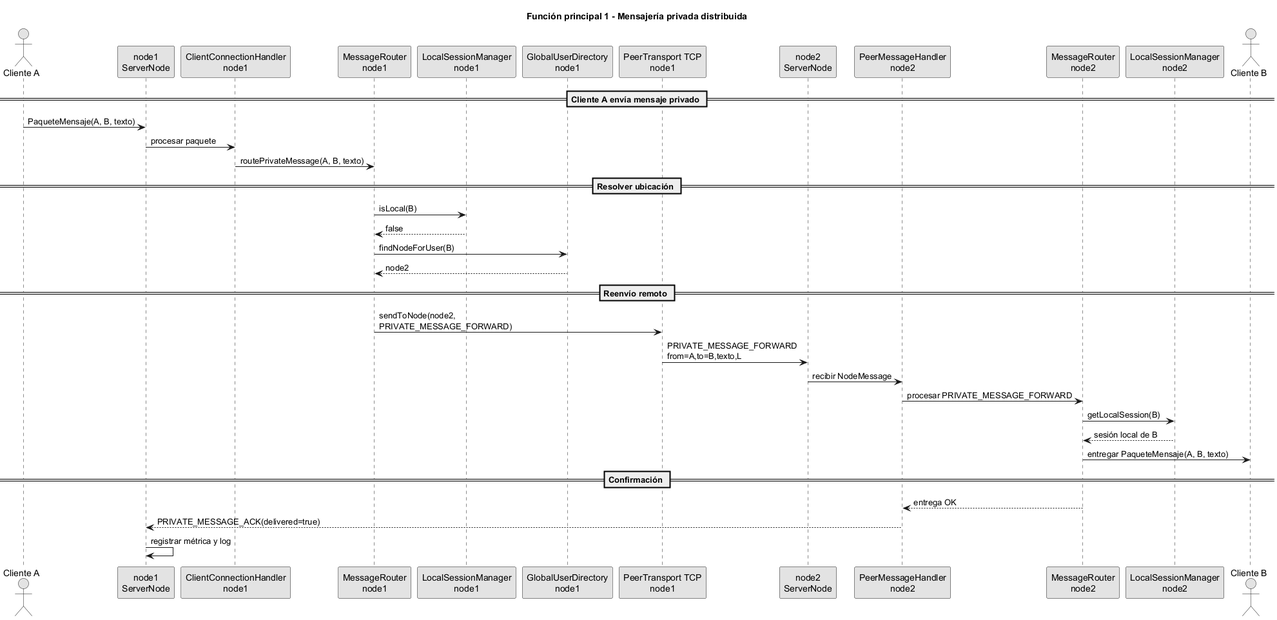
Above: docs/diagrams-entrega-2/seq-mensaje-privado-distribuido.png in Yan-Misael/Aplicacion-WhatsApp (PlantUML), before the change. The source it was exported from:
```plantuml
@startuml
title Función principal 1 - Mensajería privada distribuida

skinparam monochrome true
skinparam shadowing false

actor "Cliente A" as A
participant "node1\nServerNode" as N1
participant "ClientConnectionHandler\nnode1" as CCH1
participant "MessageRouter\nnode1" as MR1
participant "LocalSessionManager\nnode1" as LSM1
participant "GlobalUserDirectory\nnode1" as GUD1
participant "PeerTransport TCP\nnode1" as PT1

participant "node2\nServerNode" as N2
participant "PeerMessageHandler\nnode2" as PMH2
participant "MessageRouter\nnode2" as MR2
participant "LocalSessionManager\nnode2" as LSM2
actor "Cliente B" as B

== Cliente A envía mensaje privado ==

A -> N1 : PaqueteMensaje(A, B, texto)
N1 -> CCH1 : procesar paquete
CCH1 -> MR1 : routePrivateMessage(A, B, texto)

== Resolver ubicación ==

MR1 -> LSM1 : isLocal(B)
LSM1 --> MR1 : false

MR1 -> GUD1 : findNodeForUser(B)
GUD1 --> MR1 : node2

== Reenvío remoto ==

MR1 -> PT1 : sendToNode(node2,\nPRIVATE_MESSAGE_FORWARD)
PT1 -> N2 : PRIVATE_MESSAGE_FORWARD\nfrom=A,to=B,texto,L

N2 -> PMH2 : recibir NodeMessage
PMH2 -> MR2 : procesar PRIVATE_MESSAGE_FORWARD
MR2 -> LSM2 : getLocalSession(B)
LSM2 --> MR2 : sesión local de B

MR2 -> B : entregar PaqueteMensaje(A, B, texto)

== Confirmación ==

MR2 --> PMH2 : entrega OK
PMH2 --> N1 : PRIVATE_MESSAGE_ACK(delivered=true)
N1 -> N1 : registrar métrica y log

@enduml
```
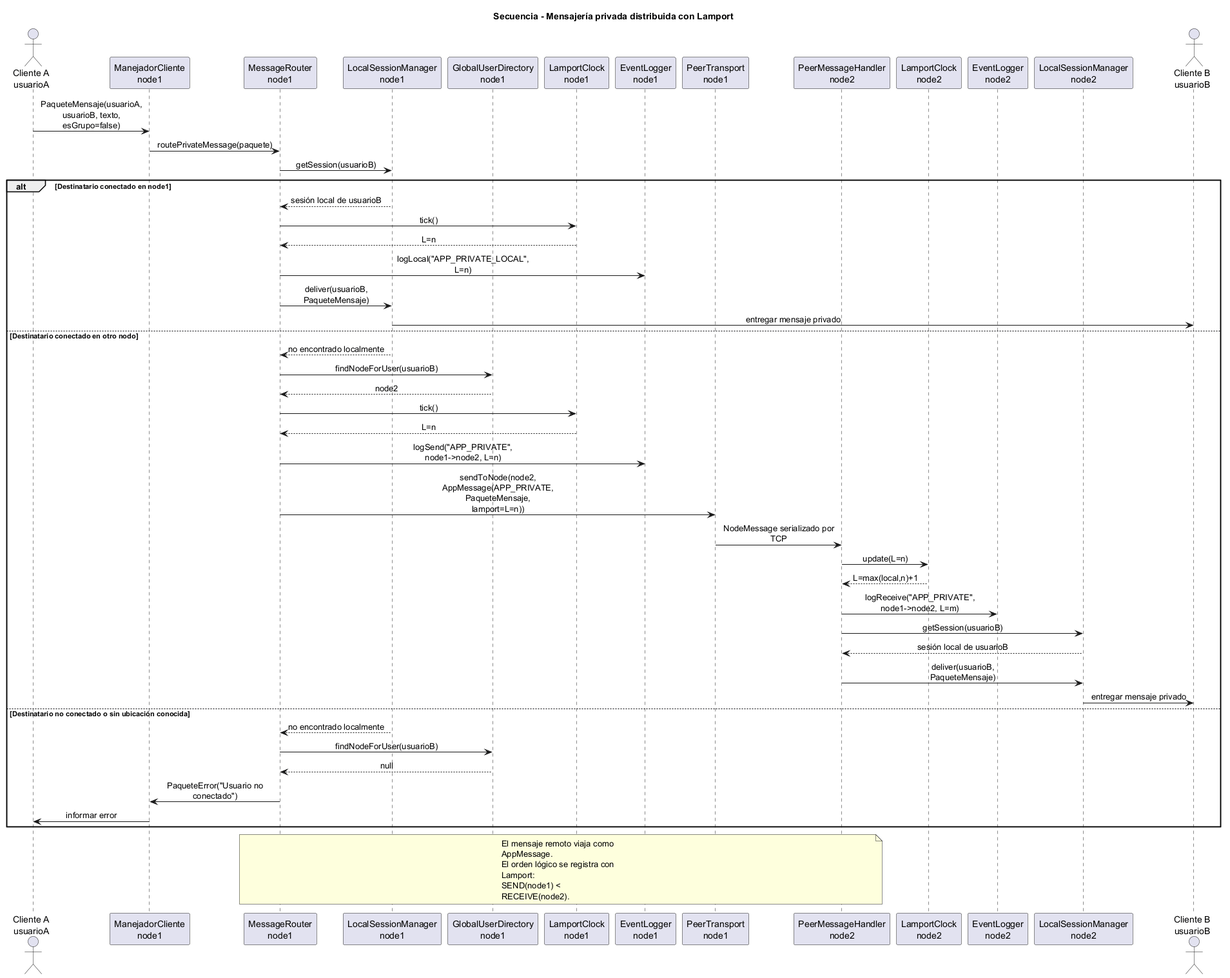
The same diagram one commit later.

The edit, as a diff of the source:
```diff
@@ -1,53 +1,72 @@
 @startuml
-title Función principal 1 - Mensajería privada distribuida
+title Secuencia - Mensajería privada distribuida con Lamport
 
-skinparam monochrome true
 skinparam shadowing false
+skinparam sequenceMessageAlign center
+skinparam wrapWidth 180
+skinparam maxMessageSize 180
 
-actor "Cliente A" as A
-participant "node1\nServerNode" as N1
-participant "ClientConnectionHandler\nnode1" as CCH1
+actor "Cliente A\nusuarioA" as CA
+participant "ManejadorCliente\nnode1" as MC1
 participant "MessageRouter\nnode1" as MR1
 participant "LocalSessionManager\nnode1" as LSM1
 participant "GlobalUserDirectory\nnode1" as GUD1
-participant "PeerTransport TCP\nnode1" as PT1
+participant "LamportClock\nnode1" as LC1
+participant "EventLogger\nnode1" as LOG1
+participant "PeerTransport\nnode1" as PT1
 
-participant "node2\nServerNode" as N2
 participant "PeerMessageHandler\nnode2" as PMH2
-participant "MessageRouter\nnode2" as MR2
+participant "LamportClock\nnode2" as LC2
+participant "EventLogger\nnode2" as LOG2
 participant "LocalSessionManager\nnode2" as LSM2
-actor "Cliente B" as B
+actor "Cliente B\nusuarioB" as CB
 
-== Cliente A envía mensaje privado ==
+CA -> MC1 : PaqueteMensaje(usuarioA, usuarioB, texto, esGrupo=false)
+MC1 -> MR1 : routePrivateMessage(paquete)
 
-A -> N1 : PaqueteMensaje(A, B, texto)
-N1 -> CCH1 : procesar paquete
-CCH1 -> MR1 : routePrivateMessage(A, B, texto)
+MR1 -> LSM1 : getSession(usuarioB)
 
-== Resolver ubicación ==
+alt Destinatario conectado en node1
+  LSM1 --> MR1 : sesión local de usuarioB
+  MR1 -> LC1 : tick()
+  LC1 --> MR1 : L=n
+  MR1 -> LOG1 : logLocal("APP_PRIVATE_LOCAL", L=n)
+  MR1 -> LSM1 : deliver(usuarioB, PaqueteMensaje)
+  LSM1 -> CB : entregar mensaje privado
 
-MR1 -> LSM1 : isLocal(B)
-LSM1 --> MR1 : false
+else Destinatario conectado en otro nodo
+  LSM1 --> MR1 : no encontrado localmente
+  MR1 -> GUD1 : findNodeForUser(usuarioB)
+  GUD1 --> MR1 : node2
 
-MR1 -> GUD1 : findNodeForUser(B)
-GUD1 --> MR1 : node2
+  MR1 -> LC1 : tick()
+  LC1 --> MR1 : L=n
+  MR1 -> LOG1 : logSend("APP_PRIVATE", node1->node2, L=n)
+  MR1 -> PT1 : sendToNode(node2,\nAppMessage(APP_PRIVATE,\nPaqueteMensaje,\nlamport=L=n))
 
-== Reenvío remoto ==
+  PT1 -> PMH2 : NodeMessage serializado por TCP
 
-MR1 -> PT1 : sendToNode(node2,\nPRIVATE_MESSAGE_FORWARD)
-PT1 -> N2 : PRIVATE_MESSAGE_FORWARD\nfrom=A,to=B,texto,L
+  PMH2 -> LC2 : update(L=n)
+  LC2 --> PMH2 : L=max(local,n)+1
+  PMH2 -> LOG2 : logReceive("APP_PRIVATE", node1->node2, L=m)
 
-N2 -> PMH2 : recibir NodeMessage
-PMH2 -> MR2 : procesar PRIVATE_MESSAGE_FORWARD
-MR2 -> LSM2 : getLocalSession(B)
-LSM2 --> MR2 : sesión local de B
+  PMH2 -> LSM2 : getSession(usuarioB)
+  LSM2 --> PMH2 : sesión local de usuarioB
+  PMH2 -> LSM2 : deliver(usuarioB, PaqueteMensaje)
+  LSM2 -> CB : entregar mensaje privado
 
-MR2 -> B : entregar PaqueteMensaje(A, B, texto)
+else Destinatario no conectado o sin ubicación conocida
+  LSM1 --> MR1 : no encontrado localmente
+  MR1 -> GUD1 : findNodeForUser(usuarioB)
+  GUD1 --> MR1 : null
+  MR1 -> MC1 : PaqueteError("Usuario no conectado")
+  MC1 -> CA : informar error
+end
 
-== Confirmación ==
-
-MR2 --> PMH2 : entrega OK
-PMH2 --> N1 : PRIVATE_MESSAGE_ACK(delivered=true)
-N1 -> N1 : registrar métrica y log
+note over MR1,PMH2
+El mensaje remoto viaja como AppMessage.
+El orden lógico se registra con Lamport:
+SEND(node1) < RECEIVE(node2).
+end note
 
 @enduml
```
